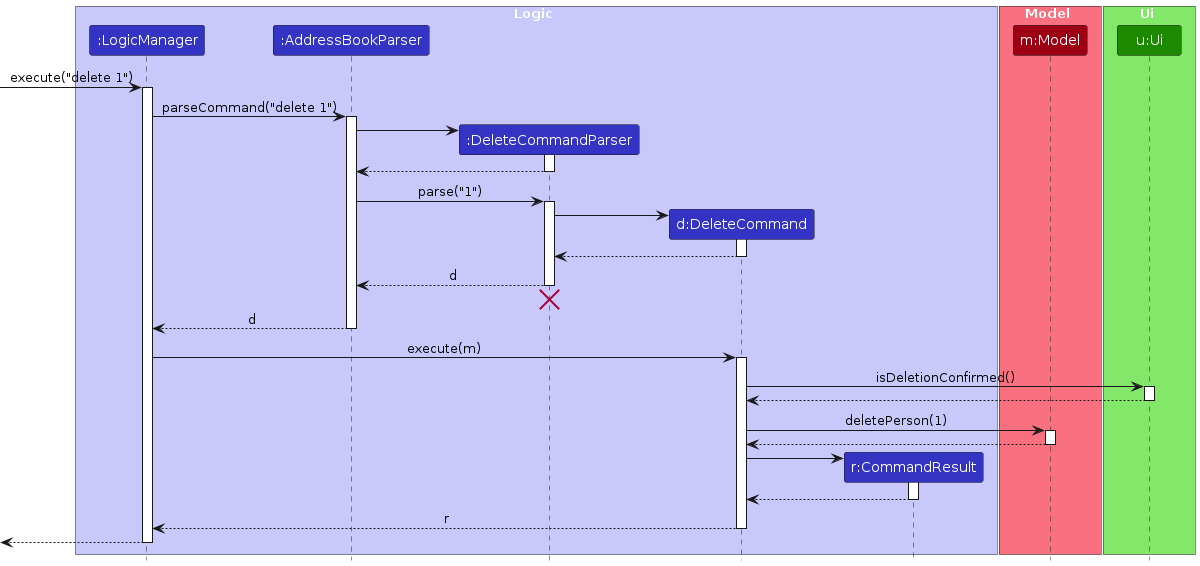
Above: diagrams/DeleteSequenceDiagram.png in AY2425S1-CS2103T-T10-1/tp (PlantUML), before the change. Its source is kept beside it as diagrams/DeleteSequenceDiagram.puml.
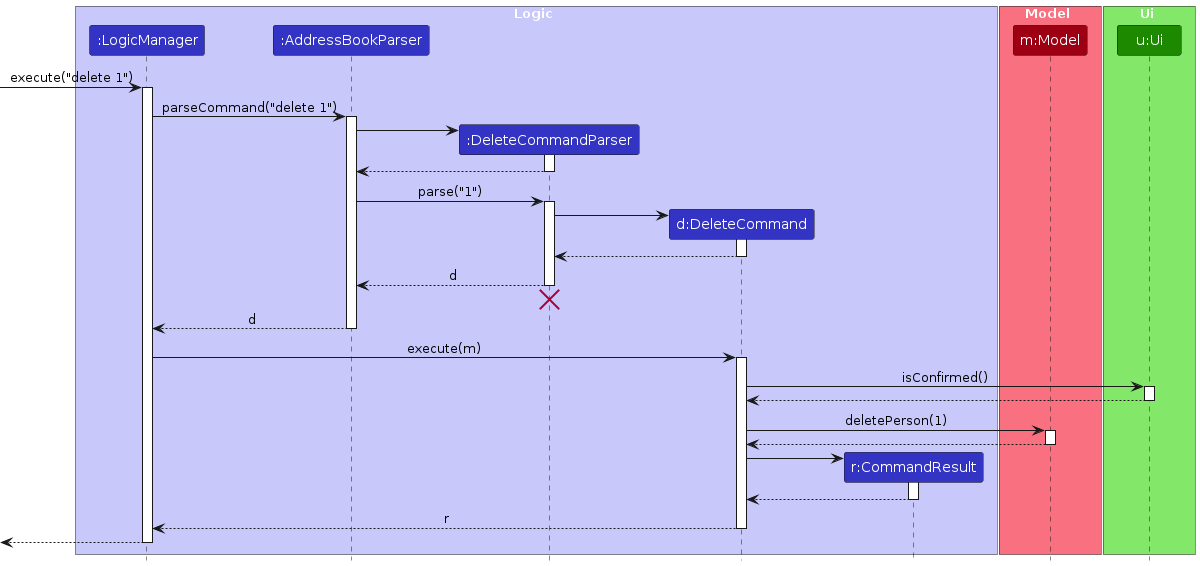
Later version of the same file.

The edit, as a diff of the source:
```diff
@@ -52,7 +52,7 @@
 LogicManager -> DeleteCommand : execute(m)
 activate DeleteCommand
 
-DeleteCommand -> Ui : isDeletionConfirmed()
+DeleteCommand -> Ui : isConfirmed()
 activate Ui
 
 Ui --> DeleteCommand
```
